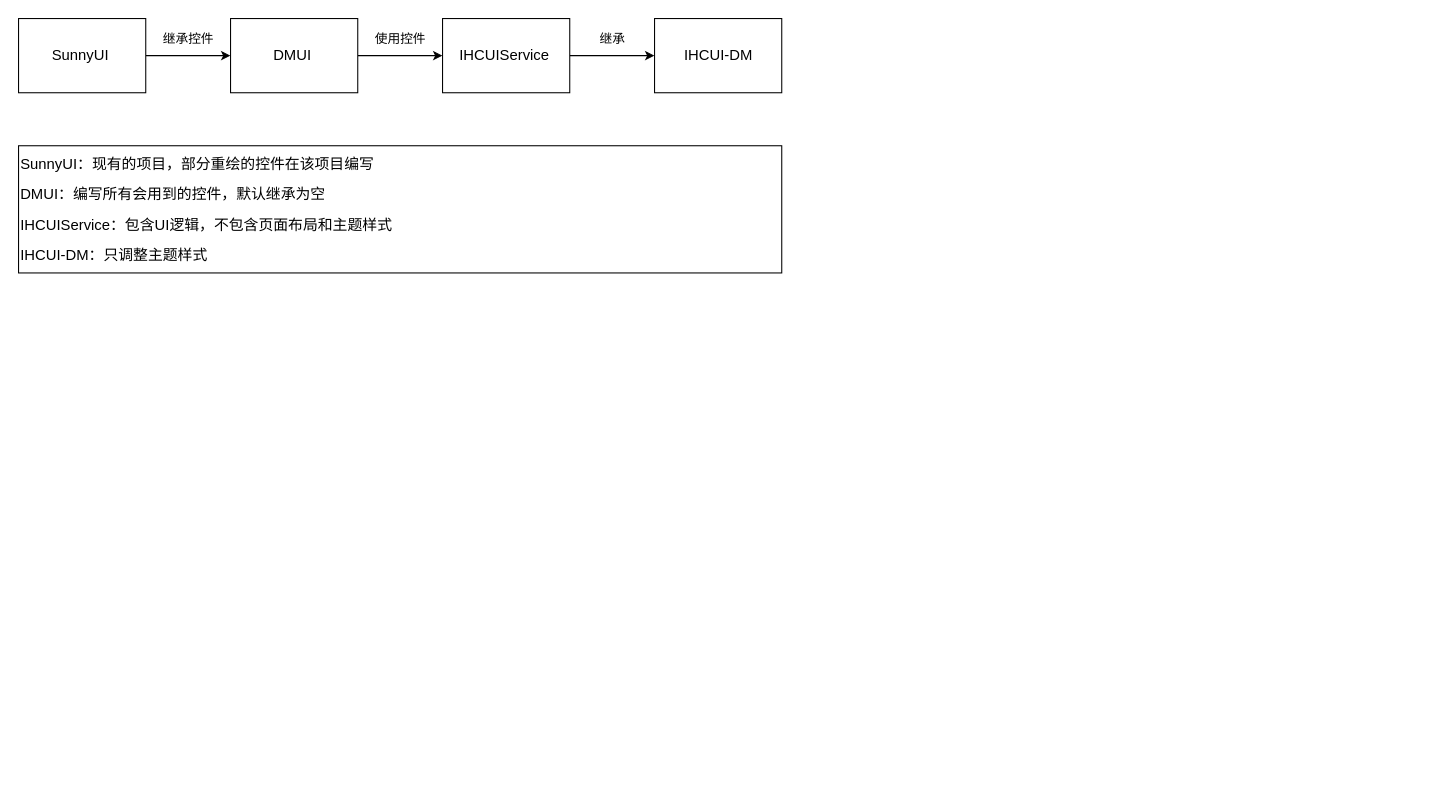
This is 组化软件新UI架构图.drawio from GreAmbWang/draw.io, a draw.io file, before an edit. Source tidied: cells renumbered, new cells numbered last; positions are measured from the earlier drawing's top-left corner, leaving out a move shared by most shapes. Both pictures are drawn from the tidied source at 106%, with x=0, y=0 at pixel (18, 18).
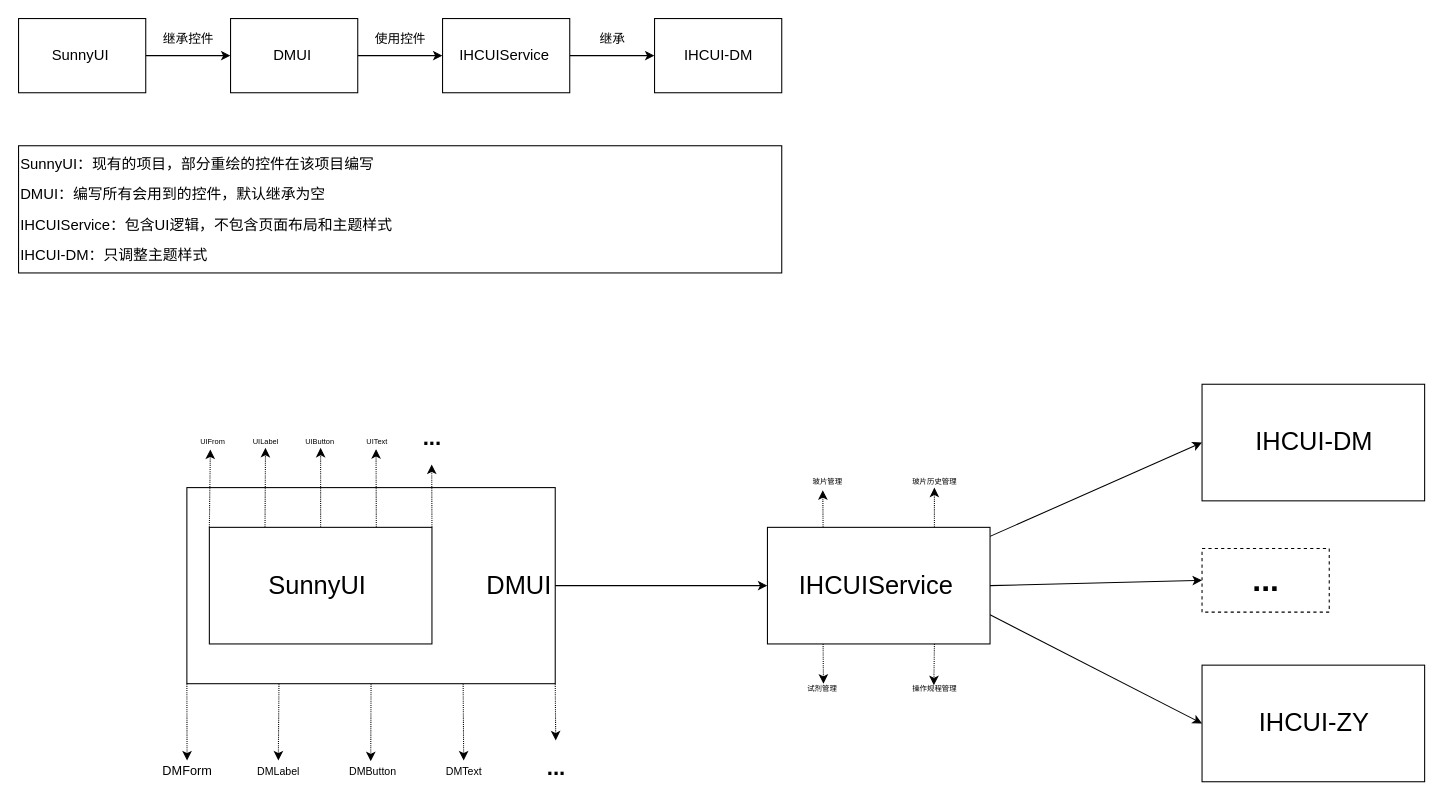
The same diagram, later.

Commit message:
Added 组化软件新UI架构图.drawio

The edit, as a diff of the source:
```diff
@@
+    <mxCell id="13" style="edgeStyle=none;rounded=0;jettySize=auto;html=1;exitX=0;exitY=1;exitDx=0;exitDy=0;dashed=1;dashPattern=1 1;fontSize=7;" parent="1" edge="1" source="18" target="36">
+      <mxGeometry relative="1" as="geometry" />
+    </mxCell>
+    <mxCell id="14" style="edgeStyle=none;rounded=0;jettySize=auto;html=1;exitX=0.25;exitY=1;exitDx=0;exitDy=0;dashed=1;dashPattern=1 1;fontSize=7;" parent="1" edge="1" source="18" target="37">
+      <mxGeometry relative="1" as="geometry" />
+    </mxCell>
+    <mxCell id="15" style="edgeStyle=none;rounded=0;jettySize=auto;html=1;exitX=0.5;exitY=1;exitDx=0;exitDy=0;entryX=0.475;entryY=0.035;entryDx=0;entryDy=0;entryPerimeter=0;dashed=1;dashPattern=1 1;fontSize=7;" parent="1" edge="1" source="18" target="38">
+      <mxGeometry relative="1" as="geometry" />
+    </mxCell>
+    <mxCell id="16" style="edgeStyle=none;rounded=0;jettySize=auto;html=1;exitX=0.75;exitY=1;exitDx=0;exitDy=0;dashed=1;dashPattern=1 1;fontSize=7;" parent="1" edge="1" source="18" target="40">
+      <mxGeometry relative="1" as="geometry" />
+    </mxCell>
+    <mxCell id="17" style="edgeStyle=none;rounded=0;jettySize=auto;html=1;exitX=1;exitY=1;exitDx=0;exitDy=0;dashed=1;dashPattern=1 1;fontSize=7;" parent="1" edge="1" source="18" target="41">
+      <mxGeometry relative="1" as="geometry" />
+    </mxCell>
+    <mxCell id="18" value="&lt;p class=&quot;MsoNormal&quot;&gt;&lt;span style=&quot;font-family: &amp;#34;calibri&amp;#34; ; font-size: 10.5000pt&quot;&gt;&amp;nbsp; &amp;nbsp; &amp;nbsp; &amp;nbsp; &amp;nbsp; &amp;nbsp; &amp;nbsp; &amp;nbsp; &amp;nbsp; &amp;nbsp; &amp;nbsp; &amp;nbsp; &amp;nbsp; &amp;nbsp; &amp;nbsp; &amp;nbsp; &amp;nbsp; &amp;nbsp; &amp;nbsp; &amp;nbsp; &amp;nbsp; &amp;nbsp; &amp;nbsp; &amp;nbsp; &amp;nbsp; &amp;nbsp; &amp;nbsp; &amp;nbsp; &amp;nbsp; &amp;nbsp; &amp;nbsp; &amp;nbsp; &amp;nbsp; &amp;nbsp; &amp;nbsp;&lt;/span&gt;&lt;span style=&quot;font-family: &amp;#34;calibri&amp;#34;&quot;&gt;&lt;font style=&quot;font-size: 24px&quot;&gt;&amp;nbsp; DMUI&lt;/font&gt;&lt;/span&gt;&lt;span style=&quot;font-family: &amp;#34;calibri&amp;#34; ; font-size: 10.5000pt&quot;&gt;&amp;nbsp;&lt;/span&gt;&lt;/p&gt;" style="html=1;" parent="1" vertex="1">
+      <mxGeometry x="158.8" y="442.5" width="347.5" height="185" as="geometry" />
+    </mxCell>
@@
+    <mxCell id="19" style="edgeStyle=none;rounded=0;jettySize=auto;html=1;exitX=0;exitY=0;exitDx=0;exitDy=0;entryX=0.469;entryY=1.15;entryDx=0;entryDy=0;entryPerimeter=0;dashed=1;dashPattern=1 1;fontSize=7;" parent="1" edge="1" source="24" target="42">
+      <mxGeometry relative="1" as="geometry" />
+    </mxCell>
+    <mxCell id="20" style="edgeStyle=none;rounded=0;jettySize=auto;html=1;exitX=0.25;exitY=0;exitDx=0;exitDy=0;dashed=1;dashPattern=1 1;fontSize=7;" parent="1" edge="1" source="24" target="43">
+      <mxGeometry relative="1" as="geometry" />
+    </mxCell>
+    <mxCell id="21" style="edgeStyle=none;rounded=0;jettySize=auto;html=1;exitX=0.5;exitY=0;exitDx=0;exitDy=0;entryX=0.514;entryY=1;entryDx=0;entryDy=0;entryPerimeter=0;dashed=1;dashPattern=1 1;fontSize=7;" parent="1" edge="1" source="24" target="44">
+      <mxGeometry relative="1" as="geometry" />
+    </mxCell>
+    <mxCell id="22" style="edgeStyle=none;rounded=0;jettySize=auto;html=1;exitX=0.75;exitY=0;exitDx=0;exitDy=0;entryX=0.485;entryY=1.122;entryDx=0;entryDy=0;entryPerimeter=0;dashed=1;dashPattern=1 1;fontSize=7;" parent="1" edge="1" source="24" target="45">
+      <mxGeometry relative="1" as="geometry" />
+    </mxCell>
+    <mxCell id="23" style="edgeStyle=none;rounded=0;jettySize=auto;html=1;exitX=1;exitY=0;exitDx=0;exitDy=0;entryX=0.493;entryY=1.015;entryDx=0;entryDy=0;entryPerimeter=0;dashed=1;dashPattern=1 1;fontSize=7;" parent="1" edge="1" source="24" target="46">
+      <mxGeometry relative="1" as="geometry" />
+    </mxCell>
+    <mxCell id="24" value="&lt;p class=&quot;MsoNormal&quot;&gt;&lt;span style=&quot;font-family: &amp;#34;calibri&amp;#34;&quot;&gt;&lt;font style=&quot;font-size: 24px&quot;&gt;SunnyUI&amp;nbsp;&lt;/font&gt;&lt;/span&gt;&lt;/p&gt;" style="html=1;" parent="1" vertex="1">
+      <mxGeometry x="180" y="480" width="210" height="110" as="geometry" />
+    </mxCell>
+    <mxCell id="25" style="edgeStyle=orthogonalEdgeStyle;rounded=0;jettySize=auto;html=1;exitX=1;exitY=0.5;exitDx=0;exitDy=0;entryX=0;entryY=0.5;entryDx=0;entryDy=0;" parent="1" edge="1" source="18" target="33">
+      <mxGeometry relative="1" as="geometry" />
+    </mxCell>
+    <mxCell id="26" style="rounded=0;jettySize=auto;html=1;entryX=0;entryY=0.5;entryDx=0;entryDy=0;" parent="1" edge="1" source="33" target="34">
+      <mxGeometry relative="1" as="geometry" />
+    </mxCell>
+    <mxCell id="27" style="edgeStyle=none;rounded=0;jettySize=auto;html=1;exitX=1;exitY=0.75;exitDx=0;exitDy=0;entryX=0;entryY=0.5;entryDx=0;entryDy=0;" parent="1" edge="1" source="33" target="35">
+      <mxGeometry relative="1" as="geometry" />
+    </mxCell>
+    <mxCell id="28" style="edgeStyle=none;rounded=0;jettySize=auto;html=1;exitX=1;exitY=0.5;exitDx=0;exitDy=0;entryX=0;entryY=0.5;entryDx=0;entryDy=0;" parent="1" edge="1" source="33" target="39">
+      <mxGeometry relative="1" as="geometry" />
+    </mxCell>
+    <mxCell id="29" style="edgeStyle=none;rounded=0;jettySize=auto;html=1;exitX=0.25;exitY=1;exitDx=0;exitDy=0;entryX=0.519;entryY=0.001;entryDx=0;entryDy=0;entryPerimeter=0;dashed=1;dashPattern=1 1;fontSize=7;" parent="1" edge="1" source="33" target="48">
+      <mxGeometry relative="1" as="geometry" />
+    </mxCell>
+    <mxCell id="30" style="edgeStyle=none;rounded=0;jettySize=auto;html=1;exitX=0.25;exitY=0;exitDx=0;exitDy=0;entryX=0.439;entryY=1.249;entryDx=0;entryDy=0;entryPerimeter=0;dashed=1;dashPattern=1 1;fontSize=7;" parent="1" edge="1" source="33" target="47">
+      <mxGeometry relative="1" as="geometry" />
+    </mxCell>
+    <mxCell id="31" style="edgeStyle=none;rounded=0;jettySize=auto;html=1;exitX=0.75;exitY=1;exitDx=0;exitDy=0;entryX=0.495;entryY=0.144;entryDx=0;entryDy=0;entryPerimeter=0;dashed=1;dashPattern=1 1;fontSize=7;" parent="1" edge="1" source="33" target="49">
+      <mxGeometry relative="1" as="geometry" />
+    </mxCell>
+    <mxCell id="32" style="edgeStyle=none;rounded=0;jettySize=auto;html=1;exitX=0.75;exitY=0;exitDx=0;exitDy=0;dashed=1;dashPattern=1 1;fontSize=7;" parent="1" edge="1" source="33" target="50">
+      <mxGeometry relative="1" as="geometry" />
+    </mxCell>
+    <mxCell id="33" value="&lt;p class=&quot;MsoNormal&quot; style=&quot;font-size: 24px&quot;&gt;&lt;span&gt;IHCUIService&lt;/span&gt;&lt;span style=&quot;font-family: &amp;#34;calibri&amp;#34;&quot;&gt;&amp;nbsp;&lt;/span&gt;&lt;/p&gt;" style="html=1;" parent="1" vertex="1">
+      <mxGeometry x="706.5" y="480" width="210" height="110" as="geometry" />
+    </mxCell>
+    <mxCell id="34" value="&lt;p class=&quot;MsoNormal&quot;&gt;&lt;span style=&quot;font-family: &amp;#34;calibri&amp;#34;&quot;&gt;&lt;font style=&quot;font-size: 24px&quot;&gt;IHCUI-DM&lt;/font&gt;&lt;/span&gt;&lt;/p&gt;" style="html=1;" parent="1" vertex="1">
+      <mxGeometry x="1116.5" y="345" width="210" height="110" as="geometry" />
+    </mxCell>
+    <mxCell id="35" value="&lt;p class=&quot;MsoNormal&quot;&gt;&lt;span style=&quot;font-family: &amp;#34;calibri&amp;#34;&quot;&gt;&lt;font style=&quot;font-size: 24px&quot;&gt;IHCUI-ZY&lt;/font&gt;&lt;/span&gt;&lt;/p&gt;" style="html=1;" parent="1" vertex="1">
+      <mxGeometry x="1116.5" y="610" width="210" height="110" as="geometry" />
+    </mxCell>
+    <mxCell id="36" value="&lt;font style=&quot;font-size: 12px&quot;&gt;DMForm&lt;/font&gt;" style="text;html=1;align=center;verticalAlign=middle;points=[];fontSize=10;" parent="1" vertex="1">
+      <mxGeometry x="124" y="700" width="70" height="20" as="geometry" />
+    </mxCell>
+    <mxCell id="37" value="DMLabel" style="text;html=1;align=center;verticalAlign=middle;points=[];fontSize=10;" parent="1" vertex="1">
+      <mxGeometry x="210" y="700" width="70" height="20" as="geometry" />
+    </mxCell>
+    <mxCell id="38" value="DMButton" style="text;html=1;align=center;verticalAlign=middle;points=[];fontSize=10;" parent="1" vertex="1">
+      <mxGeometry x="299" y="700" width="70" height="20" as="geometry" />
+    </mxCell>
+    <mxCell id="39" value="&lt;font size=&quot;1&quot;&gt;&lt;b style=&quot;font-size: 30px&quot;&gt;...&lt;/b&gt;&lt;/font&gt;" style="whiteSpace=wrap;html=1;fontSize=7;dashed=1;" parent="1" vertex="1">
+      <mxGeometry x="1116.5" y="500" width="120" height="60" as="geometry" />
+    </mxCell>
+    <mxCell id="40" value="DMText" style="text;html=1;align=center;verticalAlign=middle;points=[];fontSize=10;" parent="1" vertex="1">
+      <mxGeometry x="390" y="700" width="60" height="20" as="geometry" />
+    </mxCell>
+    <mxCell id="41" value="&lt;p&gt;&lt;font size=&quot;1&quot;&gt;&lt;b style=&quot;font-size: 21px&quot;&gt;...&lt;/b&gt;&lt;/font&gt;&lt;/p&gt;" style="text;html=1;align=center;verticalAlign=middle;points=[];fontSize=10;labelPosition=center;verticalLabelPosition=middle;" parent="1" vertex="1">
+      <mxGeometry x="492" y="681" width="30" height="50" as="geometry" />
+    </mxCell>
+    <mxCell id="42" value="UIFrom" style="text;html=1;align=center;verticalAlign=middle;points=[];fontSize=7;" parent="1" vertex="1">
+      <mxGeometry x="152.8" y="395" width="60" height="10" as="geometry" />
+    </mxCell>
+    <mxCell id="43" value="UILabel" style="text;html=1;align=center;verticalAlign=middle;points=[];fontSize=7;" parent="1" vertex="1">
+      <mxGeometry x="203" y="395" width="60" height="10" as="geometry" />
+    </mxCell>
+    <mxCell id="44" value="UIButton" style="text;html=1;align=center;verticalAlign=middle;points=[];fontSize=7;" parent="1" vertex="1">
+      <mxGeometry x="249" y="395" width="70" height="10" as="geometry" />
+    </mxCell>
+    <mxCell id="45" value="UIText" style="text;html=1;align=center;verticalAlign=middle;points=[];fontSize=7;" parent="1" vertex="1">
+      <mxGeometry x="313" y="395" width="50" height="10" as="geometry" />
+    </mxCell>
+    <mxCell id="46" value="&lt;p&gt;&lt;font size=&quot;1&quot;&gt;&lt;b style=&quot;font-size: 21px&quot;&gt;...&lt;/b&gt;&lt;/font&gt;&lt;/p&gt;" style="text;html=1;align=center;verticalAlign=middle;points=[];fontSize=10;labelPosition=center;verticalLabelPosition=middle;" parent="1" vertex="1">
+      <mxGeometry x="375" y="370" width="30" height="50" as="geometry" />
+    </mxCell>
+    <mxCell id="47" value="玻片管理" style="text;html=1;align=center;verticalAlign=middle;points=[];fontSize=7;" parent="1" vertex="1">
+      <mxGeometry x="728" y="432.5" width="70" height="10" as="geometry" />
+    </mxCell>
+    <mxCell id="48" value="试剂管理" style="text;html=1;align=center;verticalAlign=middle;points=[];fontSize=7;" parent="1" vertex="1">
+      <mxGeometry x="723" y="627.5" width="70" height="10" as="geometry" />
+    </mxCell>
+    <mxCell id="49" value="操作规程管理" style="text;html=1;align=center;verticalAlign=middle;points=[];fontSize=7;" parent="1" vertex="1">
+      <mxGeometry x="814" y="627.5" width="100" height="10" as="geometry" />
+    </mxCell>
+    <mxCell id="50" value="玻片历史管理" style="text;html=1;align=center;verticalAlign=middle;points=[];fontSize=7;" parent="1" vertex="1">
+      <mxGeometry x="814" y="432.5" width="100" height="10" as="geometry" />
+    </mxCell>
```
